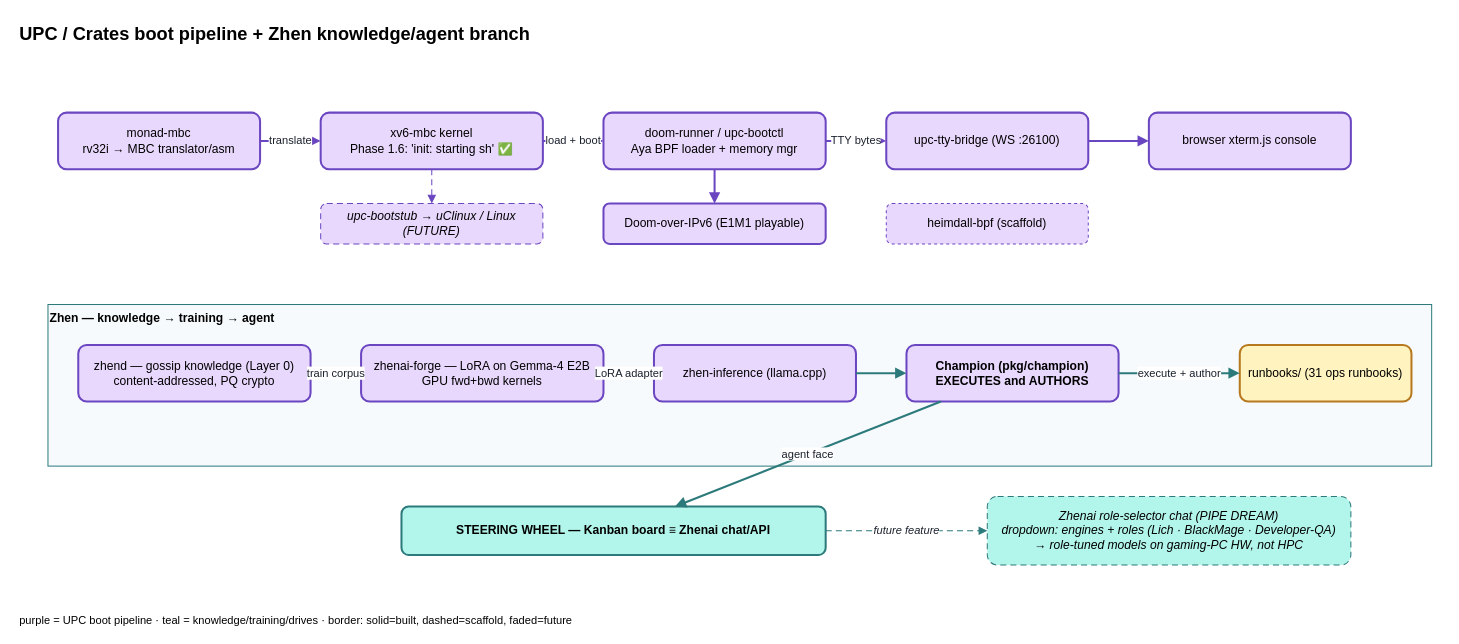
The draw.io diagram page "4 · UPC / Crates + Zhen" (4 of 6) of docs/architecture/service-ontology.drawio in unheaded/unheaded, before the edit. Source tidied: cells renumbered, new cells numbered last; positions are measured from the earlier drawing's top-left corner, leaving out a move shared by most shapes. Both pictures are drawn from the tidied source at 101%, with x=0, y=0 at pixel (17, 17).
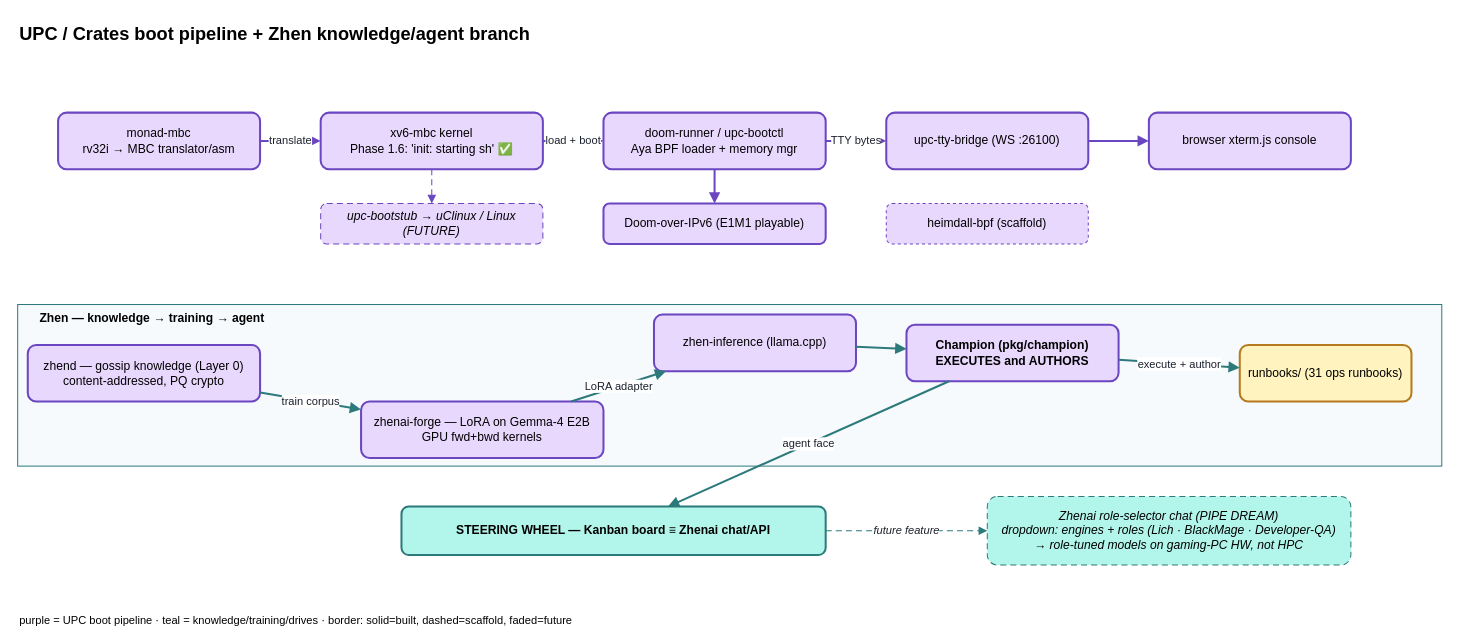
The same diagram, later.

The edit, as a diff of the source:
```diff
@@
-    <mxCell id="16" value="Zhen — knowledge → training → agent" style="rounded=0;whiteSpace=wrap;html=1;fillColor=#f7fafc;strokeColor=#2c7a7b;verticalAlign=top;align=left;fontStyle=1;fontSize=12;" parent="1" vertex="1">
-      <mxGeometry x="30" y="284" width="1370" height="160" as="geometry" />
+    <mxCell id="16" value="&amp;nbsp; &amp;nbsp; &amp;nbsp; Zhen — knowledge → training → agent" style="rounded=0;whiteSpace=wrap;html=1;fillColor=#f7fafc;strokeColor=#2c7a7b;verticalAlign=top;align=left;fontStyle=1;fontSize=12;" parent="1" vertex="1">
+      <mxGeometry y="284" width="1410" height="160" as="geometry" />
     </mxCell>
     <mxCell id="17" value="zhend — gossip knowledge (Layer 0)&#10;content-addressed, PQ crypto" style="rounded=1;whiteSpace=wrap;html=1;fillColor=#e9d8fd;strokeColor=#6b46c1;strokeWidth=2;" parent="1" vertex="1">
-      <mxGeometry x="60" y="324" width="230" height="56" as="geometry" />
+      <mxGeometry x="10" y="324" width="230" height="56" as="geometry" />
     </mxCell>
     <mxCell id="18" value="zhenai-forge — LoRA on Gemma-4 E2B&#10;GPU fwd+bwd kernels" style="rounded=1;whiteSpace=wrap;html=1;fillColor=#e9d8fd;strokeColor=#6b46c1;strokeWidth=2;" parent="1" vertex="1">
-      <mxGeometry x="340" y="324" width="240" height="56" as="geometry" />
+      <mxGeometry x="340" y="380" width="240" height="56" as="geometry" />
     </mxCell>
     <mxCell id="19" value="zhen-inference (llama.cpp)" style="rounded=1;whiteSpace=wrap;html=1;fillColor=#e9d8fd;strokeColor=#6b46c1;strokeWidth=2;" parent="1" vertex="1">
-      <mxGeometry x="630" y="324" width="200" height="56" as="geometry" />
+      <mxGeometry x="630" y="294" width="200" height="56" as="geometry" />
     </mxCell>
     <mxCell id="20" value="Champion (pkg/champion)&#10;EXECUTES and AUTHORS" style="rounded=1;whiteSpace=wrap;html=1;fillColor=#e9d8fd;strokeColor=#6b46c1;strokeWidth=2;fontStyle=1;" parent="1" vertex="1">
-      <mxGeometry x="880" y="324" width="210" height="56" as="geometry" />
+      <mxGeometry x="880" y="304" width="210" height="56" as="geometry" />
     </mxCell>
```
